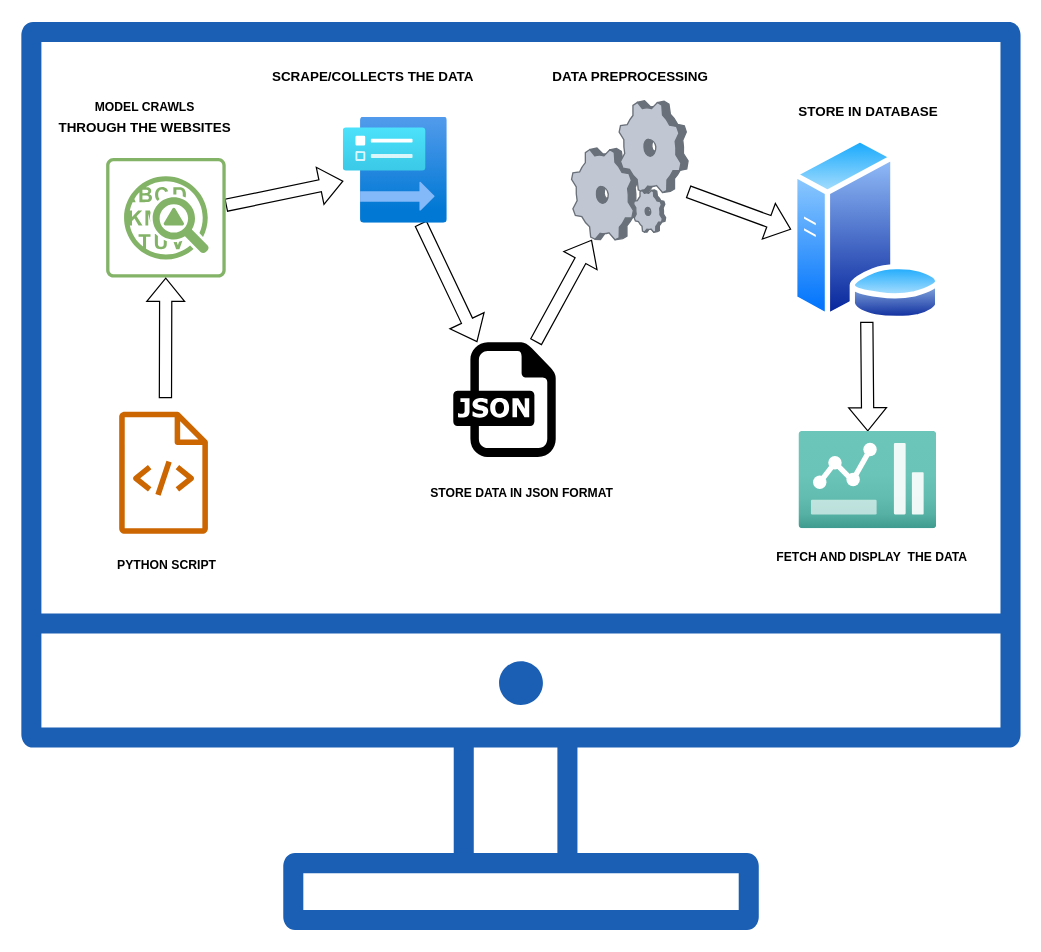
Before: oem_scraping.drawio in sanjaykumardk/drawio, a draw.io diagram. Source tidied: cells renumbered, new cells numbered last; positions are measured from the earlier drawing's top-left corner, leaving out a move shared by most shapes. Both pictures are drawn from the tidied source at 122%, with x=0, y=0 at pixel (21, 21).
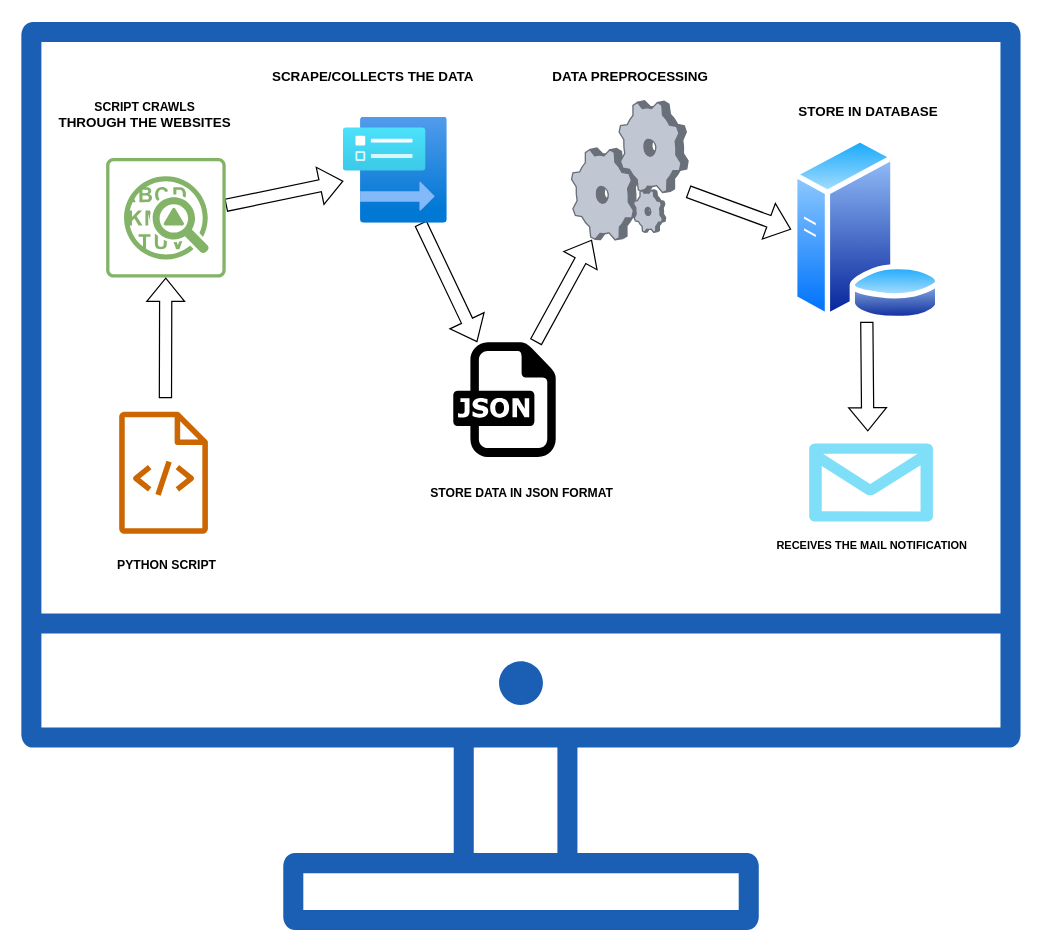
The same page after the edit.

Unchanged cells that the change refers to:
```xml
<mxCell id="12" style="image;perimeter=ellipsePerimeter;html=1;align=center;shadow=0;dashed=0;spacingTop=3;image=img/lib/active_directory/database_server.svg;fillColor=#00FFFF;" parent="1" vertex="1">
  <mxGeometry x="631" y="95" width="124" height="151.2" as="geometry" />
</mxCell>
```

Diff of the diagram source:
```diff
@@
-    <mxCell id="11" style="rounded=0;jettySize=auto;html=1;shape=flexArrow;" parent="1" edge="1" source="12" target="13">
-      <mxGeometry relative="1" as="geometry" />
+    <mxCell id="11" style="rounded=0;jettySize=auto;html=1;shape=flexArrow;" parent="1" edge="1" source="12">
+      <mxGeometry relative="1" as="geometry">
+        <mxPoint x="693.8" y="336.2" as="targetPoint" />
+      </mxGeometry>
     </mxCell>
@@
-    <mxCell id="13" style="image;html=1;points=[];align=center;fontSize=12;image=img/lib/azure2/general/Dashboard2.svg;" parent="1" vertex="1">
-      <mxGeometry x="637.5" y="336.2" width="113" height="79.8" as="geometry" />
-    </mxCell>
@@
-    <mxCell id="16" value="&lt;h5 align=&quot;center&quot;&gt;&lt;font face=&quot;Helvetica&quot;&gt;MODEL CRAWLS &lt;br&gt;&lt;/font&gt;&lt;/h5&gt;" style="text;html=1;align=center;verticalAlign=middle;strokeColor=none;fillColor=none;" parent="1" vertex="1">
-      <mxGeometry x="50" y="41" width="101" height="57" as="geometry" />
+    <mxCell id="16" value="&lt;h5 align=&quot;center&quot;&gt;&lt;font face=&quot;Helvetica&quot;&gt;SCRIPT CRAWLS &lt;br&gt;&lt;/font&gt;&lt;/h5&gt;" style="text;html=1;align=center;verticalAlign=middle;strokeColor=none;fillColor=none;" parent="1" vertex="1">
+      <mxGeometry x="46" y="40" width="110" height="60" as="geometry" />
     </mxCell>
@@
-    <mxCell id="21" value="&lt;h5&gt;FETCH AND DISPLAY&amp;nbsp; THE DATA&lt;/h5&gt;" style="text;html=1;align=center;verticalAlign=middle;strokeColor=none;fillColor=none;" parent="1" vertex="1">
-      <mxGeometry x="608" y="410" width="177" height="57" as="geometry" />
+    <mxCell id="21" value="&lt;font style=&quot;font-size: 9px;&quot;&gt;&lt;b&gt;RECEIVES THE MAIL NOTIFICATION&lt;/b&gt;&lt;font&gt;&lt;br&gt;&lt;/font&gt;&lt;/font&gt;" style="text;html=1;align=center;verticalAlign=middle;strokeColor=none;fillColor=none;" parent="1" vertex="1">
+      <mxGeometry x="606.5" y="414" width="180" height="30" as="geometry" />
     </mxCell>
     <mxCell id="22" value="&lt;h5 align=&quot;center&quot;&gt;&lt;font style=&quot;font-size: 11px;&quot; face=&quot;Helvetica&quot;&gt;THROUGH THE WEBSITES&lt;/font&gt;&lt;/h5&gt;" style="text;html=1;align=center;verticalAlign=middle;strokeColor=none;fillColor=none;" parent="1" vertex="1">
-      <mxGeometry x="21.5" y="58" width="159" height="58" as="geometry" />
+      <mxGeometry x="21.5" y="54" width="159" height="58" as="geometry" />
     </mxCell>
@@
+    <mxCell id="24" style="verticalLabelPosition=bottom;html=1;verticalAlign=top;align=center;strokeColor=none;fillColor=#00BEF2;shape=mxgraph.azure.message;" parent="1" vertex="1">
+      <mxGeometry x="645.5" y="346" width="102" height="64" as="geometry" />
+    </mxCell>
```
